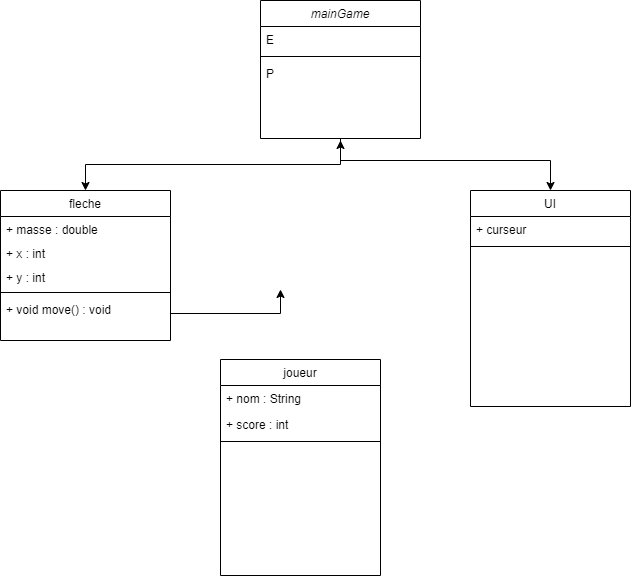
vbard1/mini-projet-2 keeps this draw.io diagram as UMLDiagram.png. Above is the earlier version. Source tidied: cells renumbered, new cells last; positions are measured from the earlier drawing's top-left corner, leaving out a move shared by most shapes.
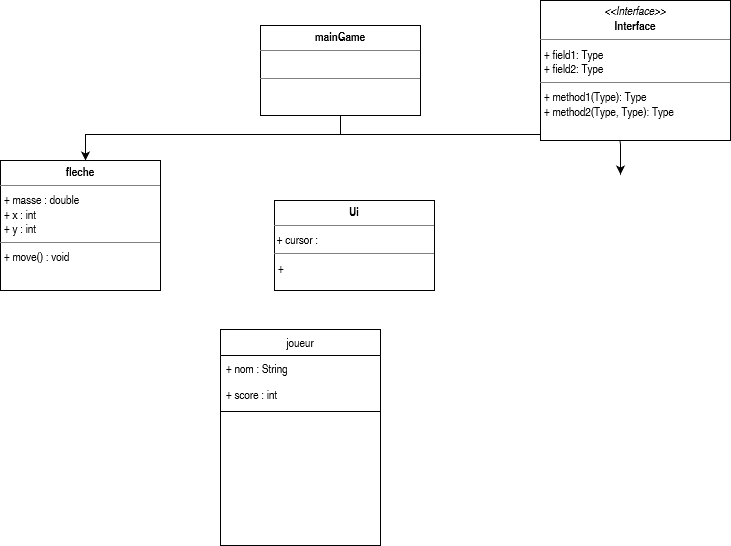
Later version of the same file.

What changed in the source:
```diff
@@ -2,39 +2,16 @@
   <root>
     <mxCell id="0" />
     <mxCell id="1" parent="0" />
-    <mxCell id="2" style="edgeStyle=orthogonalEdgeStyle;rounded=0;jettySize=auto;html=1;exitX=0.5;exitY=1;exitDx=0;exitDy=0;entryX=0.5;entryY=0;entryDx=0;entryDy=0;" parent="1" edge="1" source="3" target="7">
-      <mxGeometry relative="1" as="geometry" />
+    <mxCell id="2" style="edgeStyle=orthogonalEdgeStyle;rounded=0;orthogonalLoop=1;jettySize=auto;html=1;exitX=0.5;exitY=1;exitDx=0;exitDy=0;entryX=0.5;entryY=0;entryDx=0;entryDy=0;" parent="1" edge="1">
+      <mxGeometry relative="1" as="geometry">
+        <mxPoint x="350" y="138" as="sourcePoint" />
+        <mxPoint x="85" y="190" as="targetPoint" />
+        <Array as="points">
+          <mxPoint x="340" y="164" />
+          <mxPoint x="85" y="164" />
+        </Array>
+      </mxGeometry>
     </mxCell>
-    <mxCell id="3" value="mainGame" style="swimlane;fontStyle=2;align=center;verticalAlign=top;horizontal=1;startSize=26;rounded=0;shadow=0;strokeWidth=1;" parent="1" vertex="1">
-      <mxGeometry x="260" width="160" height="138" as="geometry" />
-    </mxCell>
-    <mxCell id="4" value="E" style="text;align=left;verticalAlign=top;spacingLeft=4;spacingRight=4;overflow=hidden;rounded=0;shadow=0;html=0;" parent="3" vertex="1">
-      <mxGeometry y="26" width="160" height="26" as="geometry" />
-    </mxCell>
-    <mxCell id="5" style="line;html=1;strokeWidth=1;align=left;verticalAlign=middle;spacingTop=-1;spacingLeft=3;spacingRight=3;labelPosition=right;" parent="3" vertex="1">
-      <mxGeometry y="52" width="160" height="8" as="geometry" />
-    </mxCell>
-    <mxCell id="6" value="P" style="text;align=left;verticalAlign=top;spacingLeft=4;spacingRight=4;overflow=hidden;" parent="3" vertex="1">
-      <mxGeometry y="60" width="160" height="26" as="geometry" />
-    </mxCell>
-    <mxCell id="7" value="fleche" style="swimlane;fontStyle=0;align=center;verticalAlign=top;horizontal=1;startSize=26;rounded=0;shadow=0;strokeWidth=1;" parent="1" vertex="1">
-      <mxGeometry y="190" width="170" height="150" as="geometry" />
-    </mxCell>
-    <mxCell id="8" value="+ masse : double&#10;&#10;" style="text;align=left;verticalAlign=top;spacingLeft=4;spacingRight=4;overflow=hidden;" parent="7" vertex="1">
-      <mxGeometry y="26" width="170" height="24" as="geometry" />
-    </mxCell>
-    <mxCell id="9" value="+ x : int" style="text;align=left;verticalAlign=top;spacingLeft=4;spacingRight=4;overflow=hidden;" parent="7" vertex="1">
-      <mxGeometry y="50" width="170" height="24" as="geometry" />
-    </mxCell>
-    <mxCell id="10" value="+ y : int" style="text;align=left;verticalAlign=top;spacingLeft=4;spacingRight=4;overflow=hidden;" parent="7" vertex="1">
-      <mxGeometry y="74" width="170" height="24" as="geometry" />
-    </mxCell>
-    <mxCell id="11" style="line;html=1;strokeWidth=1;align=left;verticalAlign=middle;spacingTop=-1;spacingLeft=3;spacingRight=3;labelPosition=right;" parent="7" vertex="1">
-      <mxGeometry y="98" width="170" height="8" as="geometry" />
-    </mxCell>
-    <mxCell id="12" value="+ void move() : void" style="text;align=left;verticalAlign=top;spacingLeft=4;spacingRight=4;overflow=hidden;points=[[0,0.5],[1,0.5]];portConstraint=eastwest;" parent="7" vertex="1">
-      <mxGeometry y="106" width="170" height="34" as="geometry" />
-    </mxCell>
     <mxCell id="13" value="joueur" style="swimlane;fontStyle=0;align=center;verticalAlign=top;horizontal=1;startSize=26;rounded=0;shadow=0;strokeWidth=1;" parent="1" vertex="1">
       <mxGeometry x="220" y="359" width="160" height="216" as="geometry" />
     </mxCell>
@@ -47,28 +24,32 @@
     <mxCell id="16" style="line;html=1;strokeWidth=1;align=left;verticalAlign=middle;spacingTop=-1;spacingLeft=3;spacingRight=3;labelPosition=right;" parent="13" vertex="1">
       <mxGeometry y="78" width="160" height="8" as="geometry" />
     </mxCell>
-    <mxCell id="17" value="UI" style="swimlane;fontStyle=0;align=center;verticalAlign=top;horizontal=1;startSize=26;rounded=0;shadow=0;strokeWidth=1;" parent="1" vertex="1">
-      <mxGeometry x="470" y="190" width="160" height="216" as="geometry" />
-    </mxCell>
-    <mxCell id="18" value="+ curseur" style="text;align=left;verticalAlign=top;spacingLeft=4;spacingRight=4;overflow=hidden;" parent="17" vertex="1">
-      <mxGeometry y="26" width="160" height="26" as="geometry" />
-    </mxCell>
-    <mxCell id="19" style="line;html=1;strokeWidth=1;align=left;verticalAlign=middle;spacingTop=-1;spacingLeft=3;spacingRight=3;labelPosition=right;" parent="17" vertex="1">
-      <mxGeometry y="52" width="160" height="8" as="geometry" />
-    </mxCell>
-    <mxCell id="20" style="edgeStyle=orthogonalEdgeStyle;rounded=0;jettySize=auto;html=1;" parent="1" edge="1" source="12">
+    <mxCell id="20" style="edgeStyle=orthogonalEdgeStyle;rounded=0;orthogonalLoop=1;jettySize=auto;html=1;" parent="1" edge="1">
       <mxGeometry relative="1" as="geometry">
         <mxPoint x="280" y="289" as="targetPoint" />
       </mxGeometry>
     </mxCell>
-    <mxCell id="21" style="endArrow=classic;startArrow=classic;html=1;rounded=0;entryX=0.5;entryY=0;entryDx=0;entryDy=0;" parent="1" edge="1" target="17">
-      <mxGeometry relative="1" as="geometry">
-        <mxPoint x="340" y="140" as="sourcePoint" />
-        <Array as="points">
-          <mxPoint x="340" y="160" />
-          <mxPoint x="550" y="160" />
-        </Array>
-      </mxGeometry>
-    </mxCell>
+    <mxCell id="22" style="endArrow=classic;html=1;" parent="1" edge="1">
+      <mxGeometry relative="1" as="geometry">
+        <mxPoint x="340" y="164" as="sourcePoint" />
+        <mxPoint x="620" y="204" as="targetPoint" />
+        <Array as="points">
+          <mxPoint x="620" y="164" />
+          <mxPoint x="620" y="190" />
+        </Array>
+      </mxGeometry>
+    </mxCell>
+    <mxCell id="23" value="&lt;p style=&quot;margin:0px;margin-top:4px;text-align:center;&quot;&gt;&lt;i&gt;&amp;lt;&amp;lt;Interface&amp;gt;&amp;gt;&lt;/i&gt;&lt;br/&gt;&lt;b&gt;Interface&lt;/b&gt;&lt;/p&gt;&lt;hr size=&quot;1&quot;/&gt;&lt;p style=&quot;margin:0px;margin-left:4px;&quot;&gt;+ field1: Type&lt;br/&gt;+ field2: Type&lt;/p&gt;&lt;hr size=&quot;1&quot;/&gt;&lt;p style=&quot;margin:0px;margin-left:4px;&quot;&gt;+ method1(Type): Type&lt;br/&gt;+ method2(Type, Type): Type&lt;/p&gt;" style="verticalAlign=top;align=left;overflow=fill;fontSize=12;fontFamily=Helvetica;html=1;" parent="1" vertex="1">
+      <mxGeometry x="540" y="30" width="190" height="140" as="geometry" />
+    </mxCell>
+    <mxCell id="3" value="&lt;p style=&quot;margin: 0px ; margin-top: 4px ; text-align: center&quot;&gt;&lt;b&gt;mainGame&lt;/b&gt;&lt;/p&gt;&lt;hr size=&quot;1&quot;&gt;&lt;p style=&quot;margin: 0px ; margin-left: 4px&quot;&gt;&lt;br&gt;&lt;/p&gt;&lt;hr size=&quot;1&quot;&gt;" style="verticalAlign=top;align=left;overflow=fill;fontSize=12;fontFamily=Helvetica;html=1;" parent="1" vertex="1">
+      <mxGeometry x="260" y="55" width="160" height="90" as="geometry" />
+    </mxCell>
+    <mxCell id="24" value="&lt;p style=&quot;margin: 0px ; margin-top: 4px ; text-align: center&quot;&gt;&lt;b&gt;fleche&lt;/b&gt;&lt;br&gt;&lt;/p&gt;&lt;hr size=&quot;1&quot;&gt;&lt;p style=&quot;margin: 0px ; margin-left: 4px&quot;&gt;+ masse : double&lt;/p&gt;&lt;p style=&quot;margin: 0px ; margin-left: 4px&quot;&gt;+ x : int&lt;/p&gt;&lt;p style=&quot;margin: 0px ; margin-left: 4px&quot;&gt;+ y : int&lt;br&gt;&lt;/p&gt;&lt;hr size=&quot;1&quot;&gt;&lt;p style=&quot;margin: 0px ; margin-left: 4px&quot;&gt;+ move() : void&lt;br&gt;&lt;/p&gt;" style="verticalAlign=top;align=left;overflow=fill;fontSize=12;fontFamily=Helvetica;html=1;" parent="1" vertex="1">
+      <mxGeometry y="190" width="160" height="130" as="geometry" />
+    </mxCell>
+    <mxCell id="25" value="&lt;p style=&quot;margin: 0px ; margin-top: 4px ; text-align: center&quot;&gt;&lt;b&gt;Ui&lt;/b&gt;&lt;br&gt;&lt;/p&gt;&lt;hr size=&quot;1&quot;&gt;&amp;nbsp;+ cursor : &lt;br&gt;&lt;hr size=&quot;1&quot;&gt;&lt;p style=&quot;margin: 0px ; margin-left: 4px&quot;&gt;+&lt;/p&gt;" style="verticalAlign=top;align=left;overflow=fill;fontSize=12;fontFamily=Helvetica;html=1;" parent="1" vertex="1">
+      <mxGeometry x="274" y="230" width="160" height="90" as="geometry" />
+    </mxCell>
   </root>
 </mxGraphModel>
```
